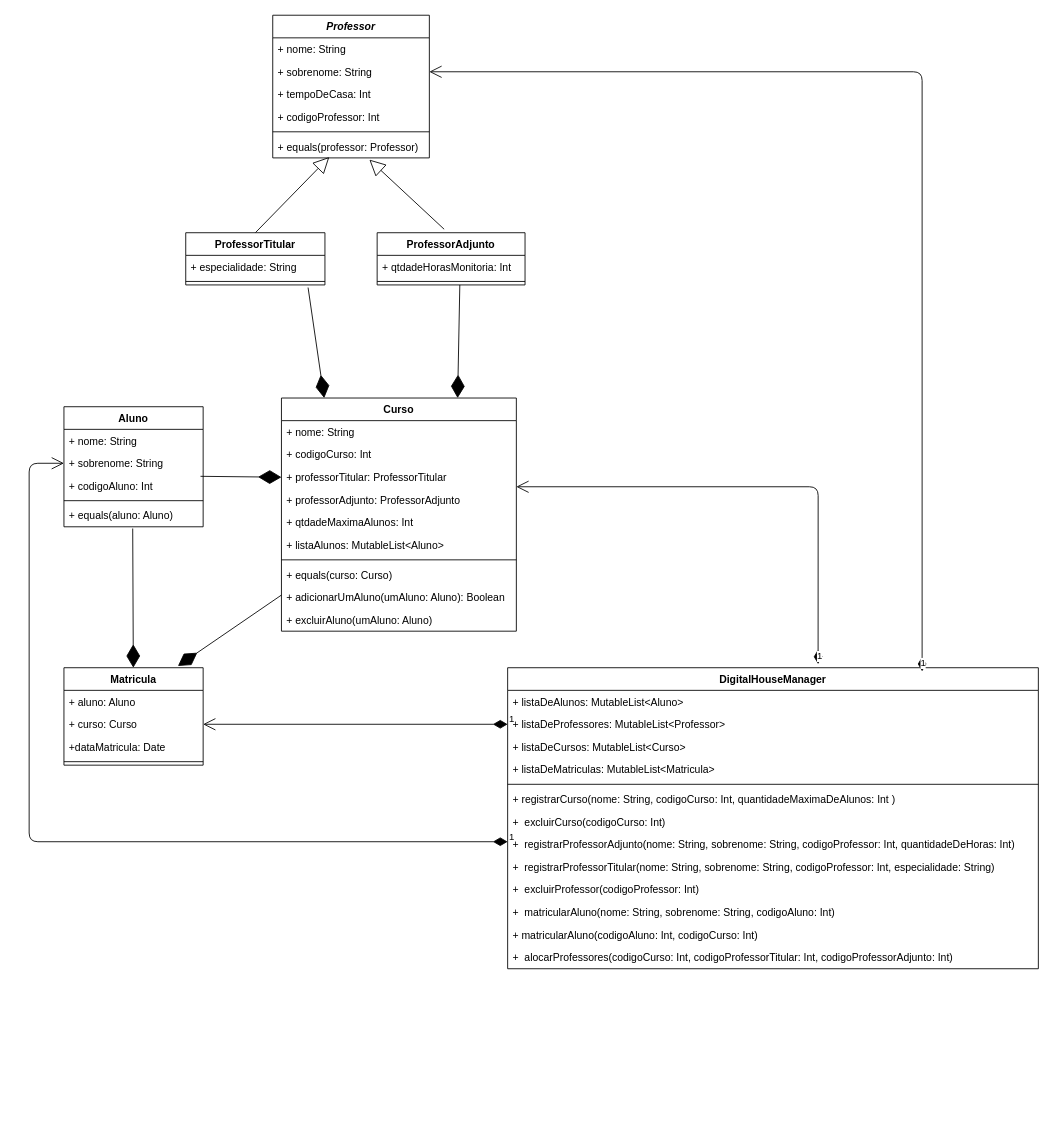
The draw.io diagram out/production/desafioKotlin/br/digitalhouse/com/desafioKotlin/desafioKotlin.drawio in AlineCruzDEV/desafioKotlin, before the edit. Source tidied: cells renumbered, new cells numbered last; positions are measured from the earlier drawing's top-left corner, leaving out a move shared by most shapes. Both pictures are drawn from the tidied source at 87%, with x=0, y=0 at pixel (29, 15).
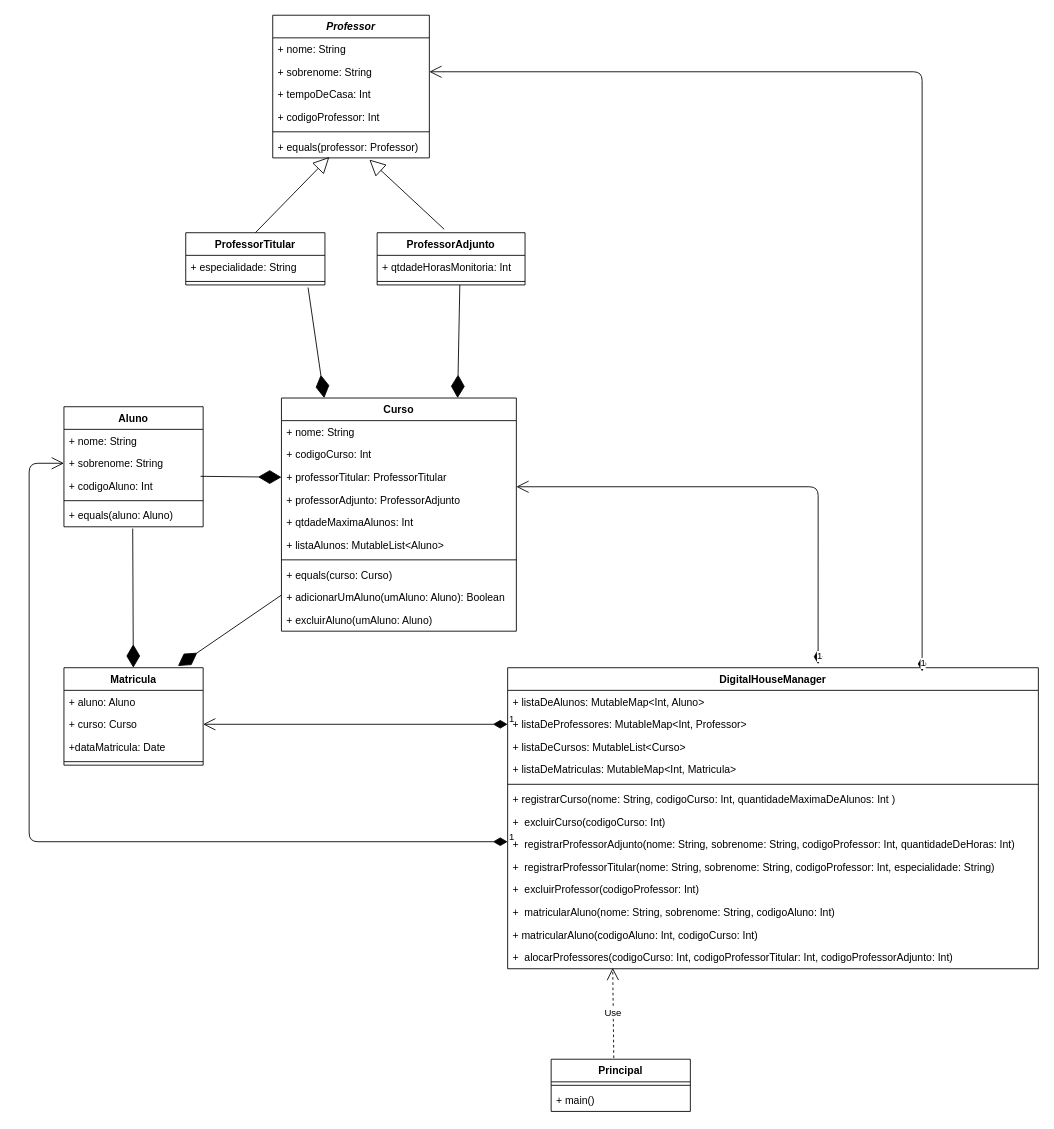
After the change.

The change refers to these unchanged cells:
```xml
<mxCell id="35" value="DigitalHouseManager" style="swimlane;fontStyle=1;align=center;verticalAlign=top;horizontal=1;startSize=26;" parent="1" vertex="1">
  <mxGeometry x="550" y="750" width="610" height="346" as="geometry" />
</mxCell>
<mxCell id="48" value="+  alocarProfessores(codigoCurso: Int, codigoProfessorTitular: Int, codigoProfessorAdjunto: Int)" style="text;strokeColor=none;fillColor=none;align=left;verticalAlign=top;spacingLeft=4;spacingRight=4;overflow=hidden;points=[[0,0.5],[1,0.5]];portConstraint=eastwest;" parent="35" vertex="1">
  <mxGeometry y="320" width="610" height="26" as="geometry" />
</mxCell>
```

What changed in the source:
```diff
@@
-    <mxCell id="36" value="+ listaDeAlunos: MutableList&lt;Aluno&gt;" style="text;strokeColor=none;fillColor=none;align=left;verticalAlign=top;spacingLeft=4;spacingRight=4;overflow=hidden;" parent="35" vertex="1">
+    <mxCell id="36" value="+ listaDeAlunos: MutableMap&lt;Int, Aluno&gt;" style="text;strokeColor=none;fillColor=none;align=left;verticalAlign=top;spacingLeft=4;spacingRight=4;overflow=hidden;" parent="35" vertex="1">
       <mxGeometry y="26" width="610" height="26" as="geometry" />
     </mxCell>
-    <mxCell id="37" value="+ listaDeProfessores: MutableList&lt;Professor&gt;" style="text;strokeColor=none;fillColor=none;align=left;verticalAlign=top;spacingLeft=4;spacingRight=4;overflow=hidden;points=[[0,0.5],[1,0.5]];portConstraint=eastwest;" parent="35" vertex="1">
+    <mxCell id="37" value="+ listaDeProfessores: MutableMap&lt;Int, Professor&gt;" style="text;strokeColor=none;fillColor=none;align=left;verticalAlign=top;spacingLeft=4;spacingRight=4;overflow=hidden;points=[[0,0.5],[1,0.5]];portConstraint=eastwest;" parent="35" vertex="1">
       <mxGeometry y="52" width="610" height="26" as="geometry" />
     </mxCell>
@@
-    <mxCell id="39" value="+ listaDeMatriculas: MutableList&lt;Matricula&gt;" style="text;strokeColor=none;fillColor=none;align=left;verticalAlign=top;spacingLeft=4;spacingRight=4;overflow=hidden;" parent="35" vertex="1">
+    <mxCell id="39" value="+ listaDeMatriculas: MutableMap&lt;Int, Matricula&gt;" style="text;strokeColor=none;fillColor=none;align=left;verticalAlign=top;spacingLeft=4;spacingRight=4;overflow=hidden;" parent="35" vertex="1">
       <mxGeometry y="104" width="610" height="26" as="geometry" />
     </mxCell>
@@
+    <mxCell id="62" value="Use" style="endArrow=open;endSize=12;dashed=1;html=1;exitX=0.45;exitY=-0.023;exitDx=0;exitDy=0;exitPerimeter=0;entryX=0.198;entryY=0.962;entryDx=0;entryDy=0;entryPerimeter=0;" parent="1" edge="1" source="63" target="48">
+      <mxGeometry relative="1" as="geometry" />
+    </mxCell>
+    <mxCell id="63" value="Principal" style="swimlane;fontStyle=1;align=center;verticalAlign=top;horizontal=1;startSize=26;" parent="1" vertex="1">
+      <mxGeometry x="600" y="1200" width="160" height="60" as="geometry" />
+    </mxCell>
+    <mxCell id="64" style="line;strokeWidth=1;fillColor=none;align=left;verticalAlign=middle;spacingTop=-1;spacingLeft=3;spacingRight=3;labelPosition=right;" parent="63" vertex="1">
+      <mxGeometry y="26" width="160" height="8" as="geometry" />
+    </mxCell>
+    <mxCell id="65" value="+ main()" style="text;strokeColor=none;fillColor=none;align=left;verticalAlign=top;spacingLeft=4;spacingRight=4;overflow=hidden;" parent="63" vertex="1">
+      <mxGeometry y="34" width="160" height="26" as="geometry" />
+    </mxCell>
```
